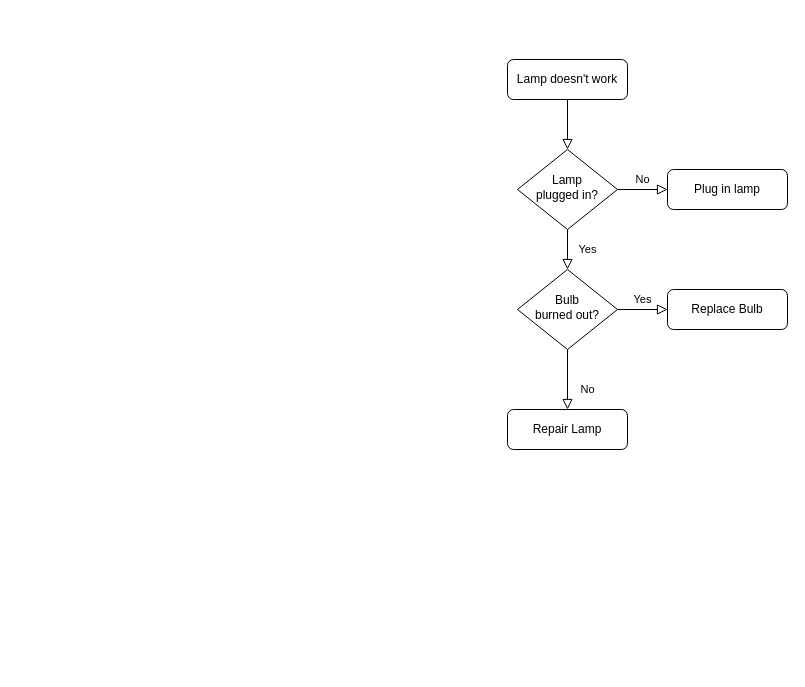
Before: diagramaSecuencia.drawio in camidorego/TP_SE1, a draw.io diagram. Source tidied: cells renumbered, new cells numbered last; positions are measured from the earlier drawing's top-left corner, leaving out a move shared by most shapes. Both pictures are drawn from the tidied source at 100%, with x=0, y=0 at pixel (507, 59).
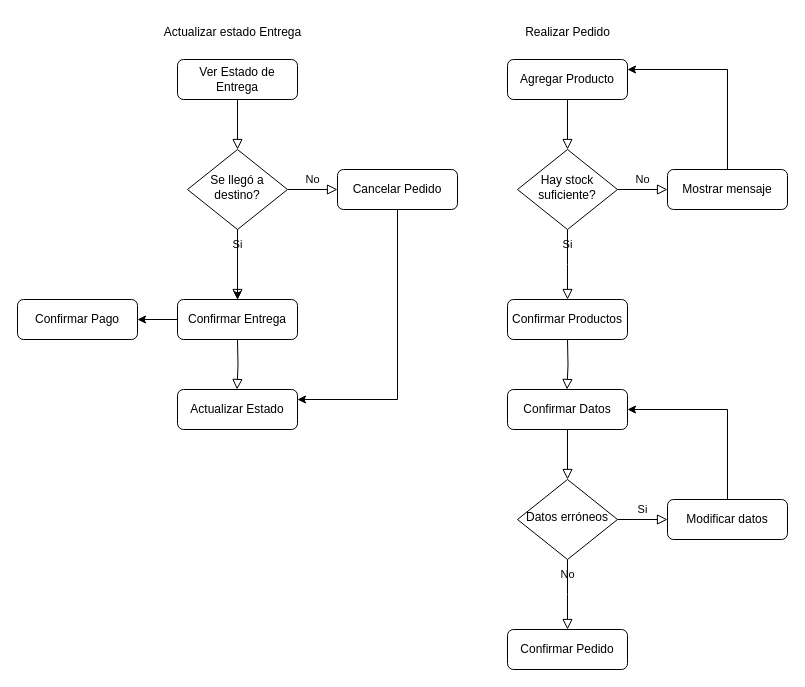
The same diagram, later.

Diff of the diagram source:
```diff
@@
-    <mxCell id="3" value="Lamp doesn't work" style="rounded=1;whiteSpace=wrap;html=1;fontSize=12;glass=0;strokeWidth=1;shadow=0;" parent="1" vertex="1">
+    <mxCell id="3" value="Agregar Producto" style="rounded=1;whiteSpace=wrap;html=1;fontSize=12;glass=0;strokeWidth=1;shadow=0;" parent="1" vertex="1">
       <mxGeometry width="120" height="40" as="geometry" />
     </mxCell>
-    <mxCell id="4" value="Yes" style="rounded=0;html=1;jettySize=auto;fontSize=11;endArrow=block;endFill=0;endSize=8;strokeWidth=1;shadow=0;labelBackgroundColor=none;edgeStyle=orthogonalEdgeStyle;" parent="1" edge="1" source="6" target="10">
-      <mxGeometry y="20" relative="1" as="geometry" />
+    <mxCell id="4" value="Si" style="rounded=0;html=1;jettySize=auto;fontSize=11;endArrow=block;endFill=0;endSize=8;strokeWidth=1;shadow=0;labelBackgroundColor=none;edgeStyle=orthogonalEdgeStyle;" parent="1" edge="1" source="6">
+      <mxGeometry y="20" relative="1" as="geometry">
+        <mxPoint x="60" y="240" as="targetPoint" />
+      </mxGeometry>
     </mxCell>
@@
-    <mxCell id="6" value="Lamp&lt;br&gt;plugged in?" style="rhombus;whiteSpace=wrap;html=1;shadow=0;fontFamily=Helvetica;fontSize=12;align=center;strokeWidth=1;spacing=6;spacingTop=-4;" parent="1" vertex="1">
+    <mxCell id="6" value="Hay stock suficiente?" style="rhombus;whiteSpace=wrap;html=1;shadow=0;fontFamily=Helvetica;fontSize=12;align=center;strokeWidth=1;spacing=6;spacingTop=-4;" parent="1" vertex="1">
       <mxGeometry x="10" y="90" width="100" height="80" as="geometry" />
     </mxCell>
+    <mxCell id="13" style="edgeStyle=orthogonalEdgeStyle;rounded=0;jettySize=auto;html=1;exitX=0.5;exitY=0;exitDx=0;exitDy=0;entryX=1;entryY=0.25;entryDx=0;entryDy=0;" parent="1" edge="1" source="7" target="3">
+      <mxGeometry relative="1" as="geometry" />
+    </mxCell>
-    <mxCell id="7" value="Plug in lamp" style="rounded=1;whiteSpace=wrap;html=1;fontSize=12;glass=0;strokeWidth=1;shadow=0;" parent="1" vertex="1">
+    <mxCell id="7" value="Mostrar mensaje" style="rounded=1;whiteSpace=wrap;html=1;fontSize=12;glass=0;strokeWidth=1;shadow=0;" parent="1" vertex="1">
       <mxGeometry x="160" y="110" width="120" height="40" as="geometry" />
     </mxCell>
+    <mxCell id="11" value="Confirmar Productos" style="rounded=1;whiteSpace=wrap;html=1;fontSize=12;glass=0;strokeWidth=1;shadow=0;" parent="1" vertex="1">
+      <mxGeometry y="240" width="120" height="40" as="geometry" />
+    </mxCell>
+    <mxCell id="14" style="rounded=0;html=1;jettySize=auto;fontSize=11;endArrow=block;endFill=0;endSize=8;strokeWidth=1;shadow=0;labelBackgroundColor=none;edgeStyle=orthogonalEdgeStyle;" parent="1" edge="1" source="15" target="19">
+      <mxGeometry relative="1" as="geometry" />
+    </mxCell>
+    <mxCell id="15" value="Confirmar Datos" style="rounded=1;whiteSpace=wrap;html=1;fontSize=12;glass=0;strokeWidth=1;shadow=0;" parent="1" vertex="1">
+      <mxGeometry y="330" width="120" height="40" as="geometry" />
+    </mxCell>
+    <mxCell id="16" value="Si" style="edgeStyle=orthogonalEdgeStyle;rounded=0;html=1;jettySize=auto;fontSize=11;endArrow=block;endFill=0;endSize=8;strokeWidth=1;shadow=0;labelBackgroundColor=none;" parent="1" edge="1" source="19" target="18">
+      <mxGeometry y="10" relative="1" as="geometry" />
+    </mxCell>
+    <mxCell id="17" style="edgeStyle=orthogonalEdgeStyle;rounded=0;jettySize=auto;html=1;entryX=1;entryY=0.5;entryDx=0;entryDy=0;" parent="1" edge="1" source="18" target="15">
+      <mxGeometry relative="1" as="geometry">
+        <Array as="points">
+          <mxPoint x="220" y="350" />
+        </Array>
+      </mxGeometry>
+    </mxCell>
+    <mxCell id="18" value="Modificar datos" style="rounded=1;whiteSpace=wrap;html=1;fontSize=12;glass=0;strokeWidth=1;shadow=0;" parent="1" vertex="1">
+      <mxGeometry x="160" y="440" width="120" height="40" as="geometry" />
+    </mxCell>
+    <mxCell id="19" value="Datos erróneos" style="rhombus;whiteSpace=wrap;html=1;shadow=0;fontFamily=Helvetica;fontSize=12;align=center;strokeWidth=1;spacing=6;spacingTop=-4;" parent="1" vertex="1">
+      <mxGeometry x="10" y="420" width="100" height="80" as="geometry" />
+    </mxCell>
-    <mxCell id="8" value="No" style="rounded=0;html=1;jettySize=auto;fontSize=11;endArrow=block;endFill=0;endSize=8;strokeWidth=1;shadow=0;labelBackgroundColor=none;edgeStyle=orthogonalEdgeStyle;" parent="1" edge="1" source="10" target="11">
-      <mxGeometry x="0.33" y="20" relative="1" as="geometry" />
+    <mxCell id="8" value="No" style="rounded=0;html=1;jettySize=auto;fontSize=11;endArrow=block;endFill=0;endSize=8;strokeWidth=1;shadow=0;labelBackgroundColor=none;edgeStyle=orthogonalEdgeStyle;" parent="1" edge="1" source="19">
+      <mxGeometry y="20" relative="1" as="geometry">
+        <mxPoint x="60" y="570" as="targetPoint" />
+      </mxGeometry>
     </mxCell>
-    <mxCell id="9" value="Yes" style="edgeStyle=orthogonalEdgeStyle;rounded=0;html=1;jettySize=auto;fontSize=11;endArrow=block;endFill=0;endSize=8;strokeWidth=1;shadow=0;labelBackgroundColor=none;" parent="1" edge="1" source="10" target="12">
-      <mxGeometry y="10" relative="1" as="geometry" />
-    </mxCell>
-    <mxCell id="10" value="Bulb&lt;br&gt;burned out?" style="rhombus;whiteSpace=wrap;html=1;shadow=0;fontFamily=Helvetica;fontSize=12;align=center;strokeWidth=1;spacing=6;spacingTop=-4;" parent="1" vertex="1">
-      <mxGeometry x="10" y="210" width="100" height="80" as="geometry" />
-    </mxCell>
-    <mxCell id="11" value="Repair Lamp" style="rounded=1;whiteSpace=wrap;html=1;fontSize=12;glass=0;strokeWidth=1;shadow=0;" parent="1" vertex="1">
-      <mxGeometry y="350" width="120" height="40" as="geometry" />
-    </mxCell>
-    <mxCell id="12" value="Replace Bulb" style="rounded=1;whiteSpace=wrap;html=1;fontSize=12;glass=0;strokeWidth=1;shadow=0;" parent="1" vertex="1">
-      <mxGeometry x="160" y="230" width="120" height="40" as="geometry" />
-    </mxCell>
+    <mxCell id="20" value="Confirmar Pedido" style="rounded=1;whiteSpace=wrap;html=1;fontSize=12;glass=0;strokeWidth=1;shadow=0;" parent="1" vertex="1">
+      <mxGeometry y="570" width="120" height="40" as="geometry" />
+    </mxCell>
+    <mxCell id="21" style="rounded=0;html=1;jettySize=auto;orthogonalLoop=1;fontSize=11;endArrow=block;endFill=0;endSize=8;strokeWidth=1;shadow=0;labelBackgroundColor=none;edgeStyle=orthogonalEdgeStyle;" parent="1" edge="1">
+      <mxGeometry relative="1" as="geometry">
+        <mxPoint x="60" y="280" as="sourcePoint" />
+        <mxPoint x="59.5" y="330" as="targetPoint" />
+      </mxGeometry>
+    </mxCell>
+    <mxCell id="22" style="rounded=0;html=1;jettySize=auto;fontSize=11;endArrow=block;endFill=0;endSize=8;strokeWidth=1;shadow=0;labelBackgroundColor=none;edgeStyle=orthogonalEdgeStyle;" parent="1" edge="1" source="23" target="27">
+      <mxGeometry relative="1" as="geometry" />
+    </mxCell>
+    <mxCell id="23" value="Ver Estado de Entrega" style="rounded=1;whiteSpace=wrap;html=1;fontSize=12;glass=0;strokeWidth=1;shadow=0;" parent="1" vertex="1">
+      <mxGeometry x="-330" width="120" height="40" as="geometry" />
+    </mxCell>
+    <mxCell id="24" value="Si" style="rounded=0;html=1;jettySize=auto;fontSize=11;endArrow=block;endFill=0;endSize=8;strokeWidth=1;shadow=0;labelBackgroundColor=none;edgeStyle=orthogonalEdgeStyle;" parent="1" edge="1" source="27">
+      <mxGeometry y="20" relative="1" as="geometry">
+        <mxPoint x="-270" y="240" as="targetPoint" />
+      </mxGeometry>
+    </mxCell>
+    <mxCell id="25" value="No" style="edgeStyle=orthogonalEdgeStyle;rounded=0;html=1;jettySize=auto;fontSize=11;endArrow=block;endFill=0;endSize=8;strokeWidth=1;shadow=0;labelBackgroundColor=none;" parent="1" edge="1" source="27" target="29">
+      <mxGeometry y="10" relative="1" as="geometry" />
+    </mxCell>
+    <mxCell id="26" style="edgeStyle=orthogonalEdgeStyle;rounded=0;jettySize=auto;html=1;" parent="1" edge="1" source="27" target="31">
+      <mxGeometry relative="1" as="geometry" />
+    </mxCell>
+    <mxCell id="27" value="Se llegó a destino?" style="rhombus;whiteSpace=wrap;html=1;shadow=0;fontFamily=Helvetica;fontSize=12;align=center;strokeWidth=1;spacing=6;spacingTop=-4;" parent="1" vertex="1">
+      <mxGeometry x="-320" y="90" width="100" height="80" as="geometry" />
+    </mxCell>
+    <mxCell id="28" style="edgeStyle=orthogonalEdgeStyle;rounded=0;jettySize=auto;html=1;entryX=1;entryY=0.25;entryDx=0;entryDy=0;" parent="1" edge="1" source="29" target="32">
+      <mxGeometry relative="1" as="geometry">
+        <Array as="points">
+          <mxPoint x="-110" y="340" />
+        </Array>
+      </mxGeometry>
+    </mxCell>
+    <mxCell id="29" value="Cancelar Pedido" style="rounded=1;whiteSpace=wrap;html=1;fontSize=12;glass=0;strokeWidth=1;shadow=0;" parent="1" vertex="1">
+      <mxGeometry x="-170" y="110" width="120" height="40" as="geometry" />
+    </mxCell>
+    <mxCell id="30" style="edgeStyle=orthogonalEdgeStyle;rounded=0;jettySize=auto;html=1;" parent="1" edge="1" source="31" target="36">
+      <mxGeometry relative="1" as="geometry" />
+    </mxCell>
+    <mxCell id="31" value="Confirmar Entrega" style="rounded=1;whiteSpace=wrap;html=1;fontSize=12;glass=0;strokeWidth=1;shadow=0;" parent="1" vertex="1">
+      <mxGeometry x="-330" y="240" width="120" height="40" as="geometry" />
+    </mxCell>
+    <mxCell id="32" value="Actualizar Estado" style="rounded=1;whiteSpace=wrap;html=1;fontSize=12;glass=0;strokeWidth=1;shadow=0;" parent="1" vertex="1">
+      <mxGeometry x="-330" y="330" width="120" height="40" as="geometry" />
+    </mxCell>
+    <mxCell id="33" style="rounded=0;html=1;jettySize=auto;orthogonalLoop=1;fontSize=11;endArrow=block;endFill=0;endSize=8;strokeWidth=1;shadow=0;labelBackgroundColor=none;edgeStyle=orthogonalEdgeStyle;" parent="1" edge="1">
+      <mxGeometry relative="1" as="geometry">
+        <mxPoint x="-270" y="280" as="sourcePoint" />
+        <mxPoint x="-270.5" y="330" as="targetPoint" />
+      </mxGeometry>
+    </mxCell>
+    <mxCell id="34" value="Realizar Pedido" style="text;html=1;align=center;verticalAlign=middle;strokeColor=none;fillColor=none;" parent="1" vertex="1">
+      <mxGeometry x="5" y="-42" width="110" height="30" as="geometry" />
+    </mxCell>
+    <mxCell id="35" value="Actualizar estado Entrega" style="text;html=1;align=center;verticalAlign=middle;strokeColor=none;fillColor=none;" parent="1" vertex="1">
+      <mxGeometry x="-355" y="-42" width="160" height="30" as="geometry" />
+    </mxCell>
+    <mxCell id="36" value="Confirmar Pago" style="rounded=1;whiteSpace=wrap;html=1;glass=0;strokeWidth=1;shadow=0;" parent="1" vertex="1">
+      <mxGeometry x="-490" y="240" width="120" height="40" as="geometry" />
+    </mxCell>
```
